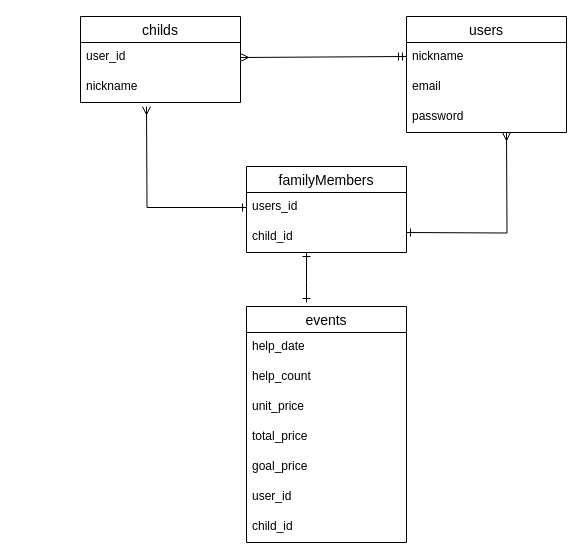
Above: test.dio in yujimiya/okozukai-app-39790- (draw.io), before the change. Source tidied: cells renumbered, new cells numbered last; positions are measured from the earlier drawing's top-left corner, leaving out a move shared by most shapes. Both pictures are drawn from the tidied source at 100%, with x=0, y=0 at pixel (80, 16).
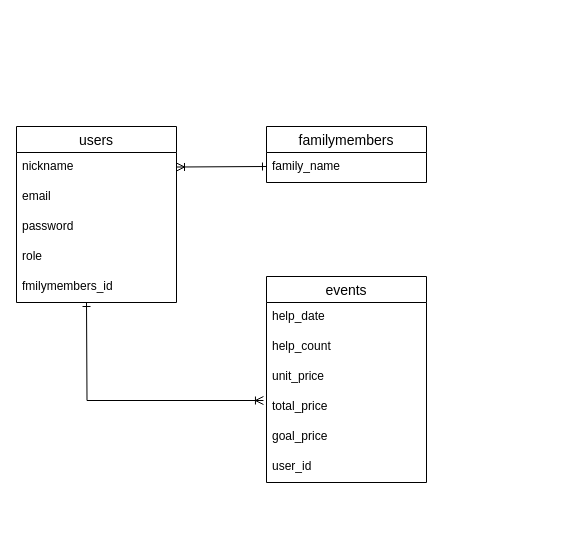
The same page after the edit.

Commit message (it also covers changes not shown here):
データベス設計修正

The change refers to these unchanged cells:
```xml
<mxCell id="3" value="nickname" style="text;strokeColor=none;fillColor=none;spacingLeft=4;spacingRight=4;overflow=hidden;points=[[0,0.5],[1,0.5]];portConstraint=eastwest;fontSize=12;" parent="2" vertex="1">
  <mxGeometry y="26" width="160" height="30" as="geometry" />
</mxCell>
<mxCell id="10" value="total_price" style="text;strokeColor=none;fillColor=none;spacingLeft=4;spacingRight=4;overflow=hidden;points=[[0,0.5],[1,0.5]];portConstraint=eastwest;fontSize=12;" parent="6" vertex="1">
  <mxGeometry y="116" width="160" height="30" as="geometry" />
</mxCell>
```

Change to the diagram source:
```diff
@@
     <mxCell id="2" value="users" style="swimlane;fontStyle=0;horizontal=1;startSize=26;align=center;fontSize=14;" parent="1" vertex="1">
-      <mxGeometry x="326" width="160" height="116" as="geometry" />
+      <mxGeometry x="-64" y="110" width="160" height="176" as="geometry" />
     </mxCell>
@@
+    <mxCell id="24" value="role" style="text;strokeColor=none;fillColor=none;spacingLeft=4;spacingRight=4;overflow=hidden;fontSize=12;" parent="2" vertex="1">
+      <mxGeometry y="116" width="160" height="30" as="geometry" />
+    </mxCell>
+    <mxCell id="25" value="fmilymembers_id" style="text;strokeColor=none;fillColor=none;spacingLeft=4;spacingRight=4;overflow=hidden;fontSize=12;" parent="2" vertex="1">
+      <mxGeometry y="146" width="160" height="30" as="geometry" />
+    </mxCell>
     <mxCell id="6" value="events" style="swimlane;fontStyle=0;horizontal=1;startSize=26;align=center;fontSize=14;" parent="1" vertex="1">
-      <mxGeometry x="166" y="290" width="160" height="236" as="geometry" />
+      <mxGeometry x="186" y="260" width="160" height="206" as="geometry" />
     </mxCell>
@@
-    <mxCell id="13" value="child_id" style="text;strokeColor=none;fillColor=none;spacingLeft=4;spacingRight=4;overflow=hidden;fontSize=12;" parent="6" vertex="1">
-      <mxGeometry y="206" width="160" height="30" as="geometry" />
-    </mxCell>
-    <mxCell id="14" value="familyMembers" style="swimlane;fontStyle=0;horizontal=1;startSize=26;align=center;fontSize=14;" parent="1" vertex="1">
-      <mxGeometry x="166" y="150" width="160" height="86" as="geometry" />
+    <mxCell id="14" value="familymembers" style="swimlane;fontStyle=0;horizontal=1;startSize=26;align=center;fontSize=14;" parent="1" vertex="1">
+      <mxGeometry x="186" y="110" width="160" height="56" as="geometry" />
     </mxCell>
-    <mxCell id="15" value="users_id&#10;" style="text;strokeColor=none;fillColor=none;spacingLeft=4;spacingRight=4;overflow=hidden;points=[[0,0.5],[1,0.5]];portConstraint=eastwest;fontSize=12;" parent="14" vertex="1">
+    <mxCell id="15" value="family_name" style="text;strokeColor=none;fillColor=none;spacingLeft=4;spacingRight=4;overflow=hidden;points=[[0,0.5],[1,0.5]];portConstraint=eastwest;fontSize=12;" parent="14" vertex="1">
       <mxGeometry y="26" width="160" height="30" as="geometry" />
     </mxCell>
-    <mxCell id="16" value="child_id" style="text;strokeColor=none;fillColor=none;spacingLeft=4;spacingRight=4;overflow=hidden;fontSize=12;" parent="14" vertex="1">
-      <mxGeometry y="56" width="160" height="30" as="geometry" />
-    </mxCell>
-    <mxCell id="17" value="childs" style="swimlane;fontStyle=0;horizontal=1;startSize=26;align=center;fontSize=14;" parent="1" vertex="1">
-      <mxGeometry width="160" height="86" as="geometry" />
-    </mxCell>
-    <mxCell id="18" value="user_id" style="text;strokeColor=none;fillColor=none;spacingLeft=4;spacingRight=4;overflow=hidden;points=[[0,0.5],[1,0.5]];portConstraint=eastwest;fontSize=12;" parent="17" vertex="1">
-      <mxGeometry y="26" width="160" height="30" as="geometry" />
-    </mxCell>
-    <mxCell id="19" value="nickname" style="text;strokeColor=none;fillColor=none;spacingLeft=4;spacingRight=4;overflow=hidden;fontSize=12;" parent="17" vertex="1">
-      <mxGeometry y="56" width="160" height="30" as="geometry" />
-    </mxCell>
-    <mxCell id="20" style="edgeStyle=orthogonalEdgeStyle;fontSize=12;html=1;endArrow=ERmany;rounded=0;startArrow=ERone;startFill=0;" parent="1" edge="1">
-      <mxGeometry relative="1" as="geometry">
-        <mxPoint x="326" y="216" as="sourcePoint" />
-        <mxPoint x="426" y="116" as="targetPoint" />
-      </mxGeometry>
-    </mxCell>
-    <mxCell id="21" style="edgeStyle=orthogonalEdgeStyle;fontSize=12;html=1;endArrow=ERmany;startArrow=ERone;rounded=0;exitX=0;exitY=0.5;exitDx=0;exitDy=0;startFill=0;endFill=0;" parent="1" edge="1" source="15">
-      <mxGeometry relative="1" as="geometry">
-        <mxPoint x="66" y="90" as="targetPoint" />
-      </mxGeometry>
-    </mxCell>
-    <mxCell id="22" style="fontSize=12;html=1;endArrow=ERone;endFill=1;rounded=0;startArrow=ERone;startFill=0;" parent="1" edge="1">
-      <mxGeometry relative="1" as="geometry">
-        <mxPoint x="226" y="286" as="sourcePoint" />
-        <mxPoint x="226" y="236" as="targetPoint" />
-        <Array as="points">
-          <mxPoint x="226" y="266" />
-        </Array>
-      </mxGeometry>
-    </mxCell>
-    <mxCell id="23" style="fontSize=12;html=1;endArrow=ERmandOne;startArrow=ERmany;rounded=0;exitX=1;exitY=0.5;exitDx=0;exitDy=0;startFill=0;" parent="1" edge="1" source="18">
-      <mxGeometry relative="1" as="geometry">
-        <mxPoint x="326" y="40" as="targetPoint" />
-      </mxGeometry>
-    </mxCell>
+    <mxCell id="26" style="fontSize=12;html=1;endArrow=ERone;rounded=0;endFill=0;startArrow=ERoneToMany;startFill=0;" parent="1" edge="1" source="3">
+      <mxGeometry relative="1" as="geometry">
+        <mxPoint x="186" y="150" as="targetPoint" />
+      </mxGeometry>
+    </mxCell>
+    <mxCell id="27" style="edgeStyle=orthogonalEdgeStyle;fontSize=12;html=1;endArrow=ERone;rounded=0;exitX=-0.019;exitY=0.267;exitDx=0;exitDy=0;exitPerimeter=0;startArrow=ERoneToMany;startFill=0;endFill=0;" parent="1" edge="1" source="10">
+      <mxGeometry relative="1" as="geometry">
+        <mxPoint x="6" y="286" as="targetPoint" />
+      </mxGeometry>
+    </mxCell>
```
